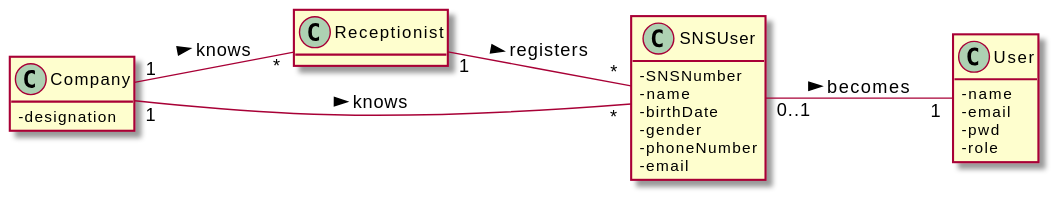
miseEnPlace-i/lapr2 keeps this PlantUML diagram as docs/SprintB/US03/DM/US03_DM.svg. Above is the earlier version.
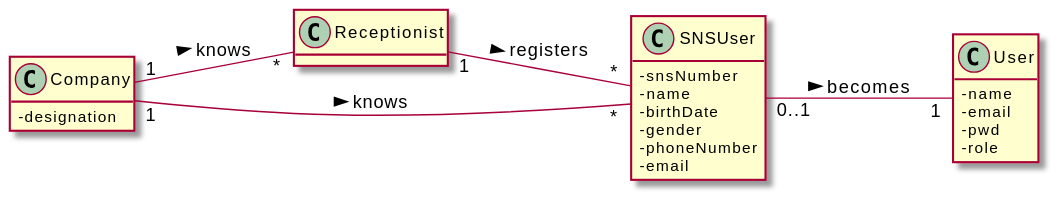
Above is the later version.

Commit message:
docs(US03): update CD & D; export diagrams

Diff of the diagram source:
```diff
@@ -7,7 +7,7 @@
 }
 
 class SNSUser {
-  - SNSNumber
+  - snsNumber
   - name
   - birthDate
   - gender
```
